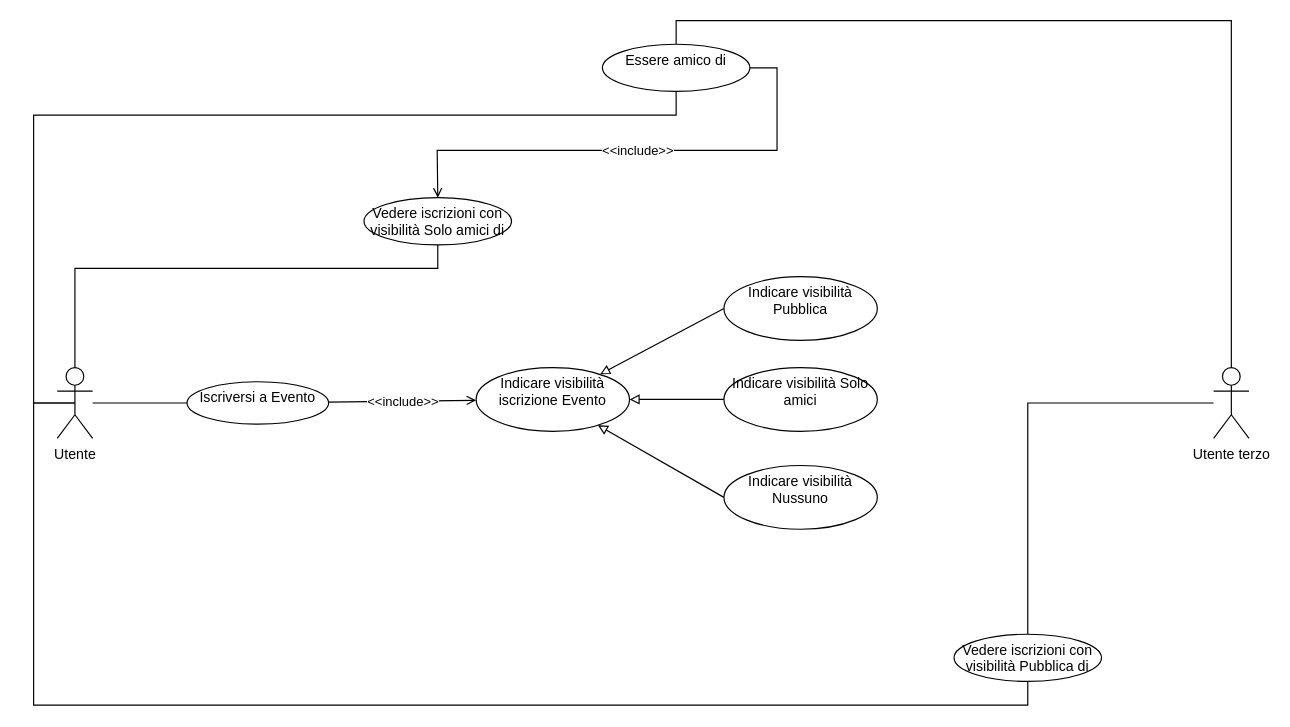
This is UseCase/RF17_Visibilità_Iscrizione/Visibilità_Iscrizione.drawio from 4spot-team/documentation, a draw.io file, before an edit. Source tidied: cells renumbered, new cells numbered last; positions are measured from the earlier drawing's top-left corner, leaving out a move shared by most shapes. Both pictures are drawn from the tidied source at 118%, with x=0, y=0 at pixel (33, 20).
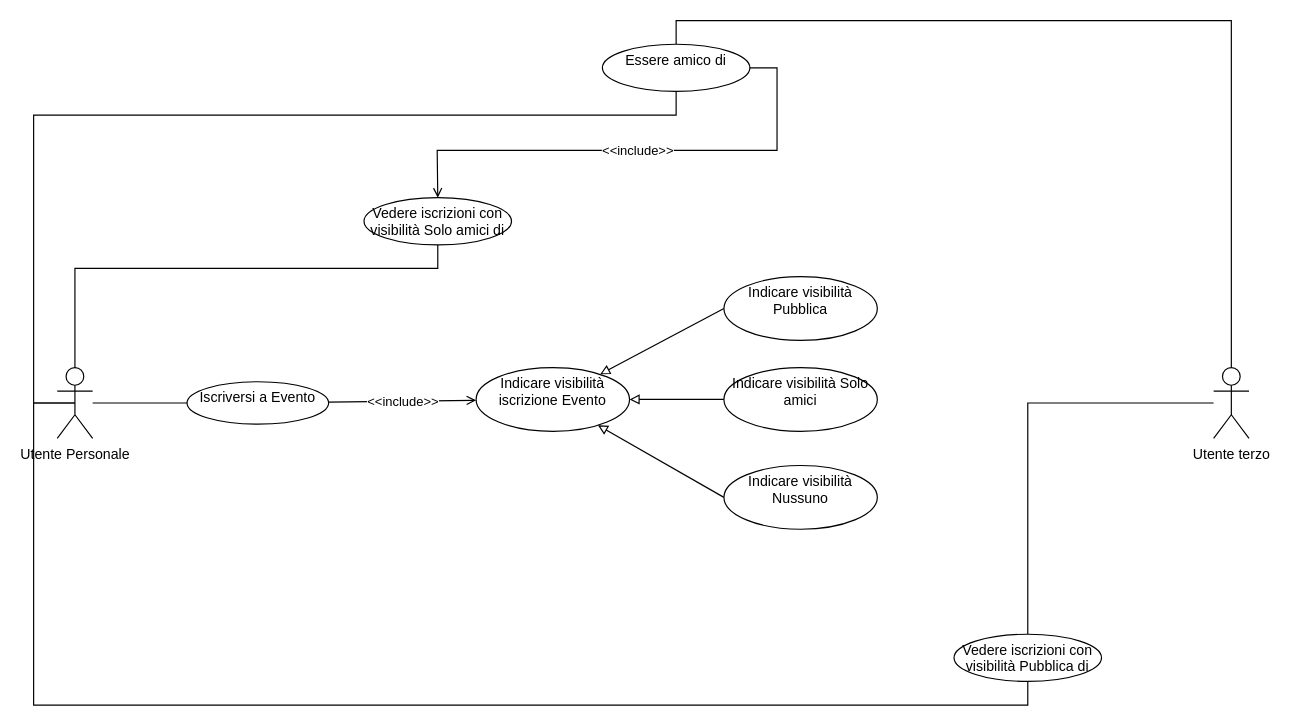
Above is the later version.

Change to the diagram source:
```diff
@@
-    <mxCell id="3" value="Utente" style="shape=umlActor;verticalLabelPosition=bottom;verticalAlign=top;html=1;outlineConnect=0;" parent="1" vertex="1">
+    <mxCell id="3" value="Utente Personale" style="shape=umlActor;verticalLabelPosition=bottom;verticalAlign=top;html=1;outlineConnect=0;" parent="1" vertex="1">
       <mxGeometry x="20" y="294" width="30" height="60" as="geometry" />
     </mxCell>
```
